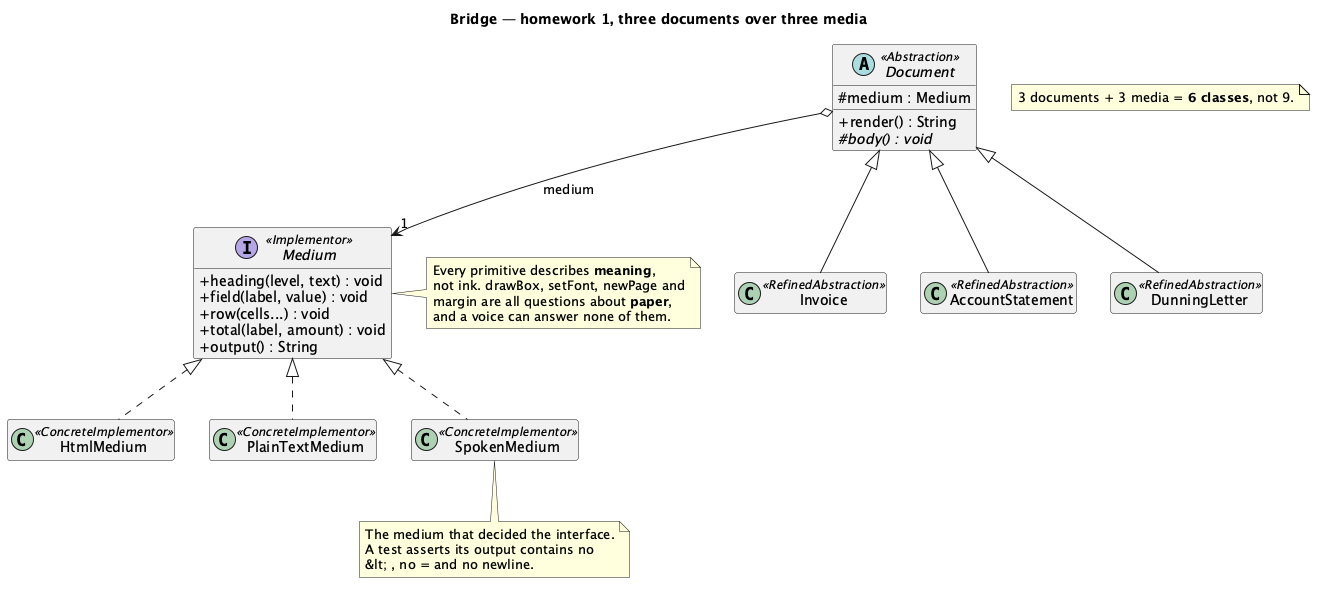
Above: src/main/java/dev/kaldiroglu/dp/structural/bridge/hw/statementrun/uml/Bridge - Statement Run (Solution) - Class Diagram.png in kaldiroglu/DesignPatternsWithJava (PlantUML), before the change.
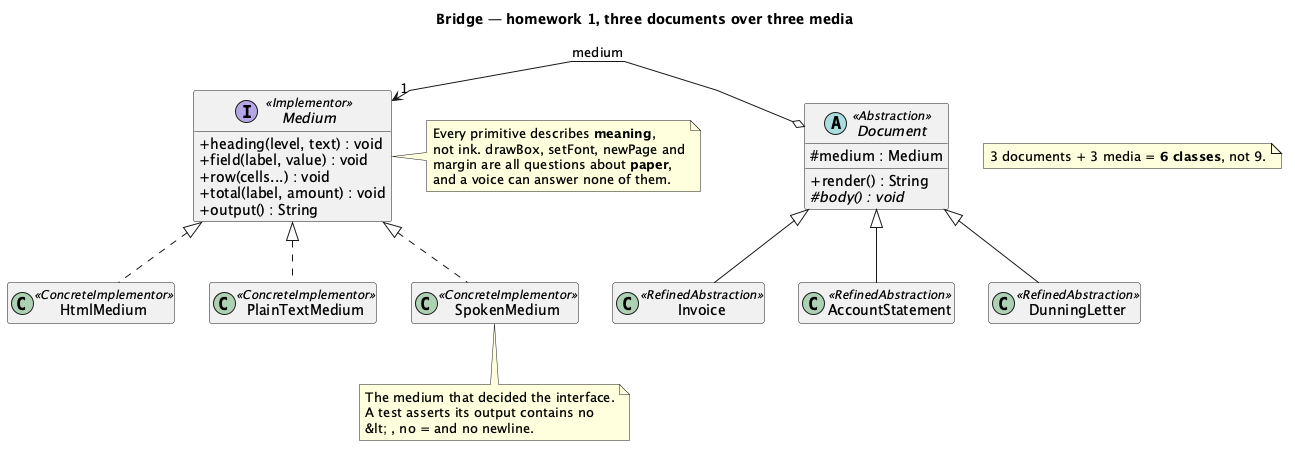
After the commit.

Diff of the diagram source:
```diff
@@ -1,4 +1,5 @@
-@startuml "Bridge - Statement Run (Solution) - Class Diagram"
+@startuml
+skinparam linetype polyline
 skinparam classAttributeIconSize 0
 hide empty members
 title Bridge — homework 1, three documents over three media
@@ -29,7 +30,6 @@
 Document <|-- Invoice
 Document <|-- AccountStatement
 Document <|-- DunningLetter
-Document o--> "1" Medium : medium
 Medium <|.. HtmlMedium
 Medium <|.. PlainTextMedium
 Medium <|.. SpokenMedium
@@ -51,4 +51,5 @@
   3 documents + 3 media = <b>6 classes</b>, not 9.
 end note
 
+Document o-[norank]-> "1" Medium : medium
 @enduml
```
